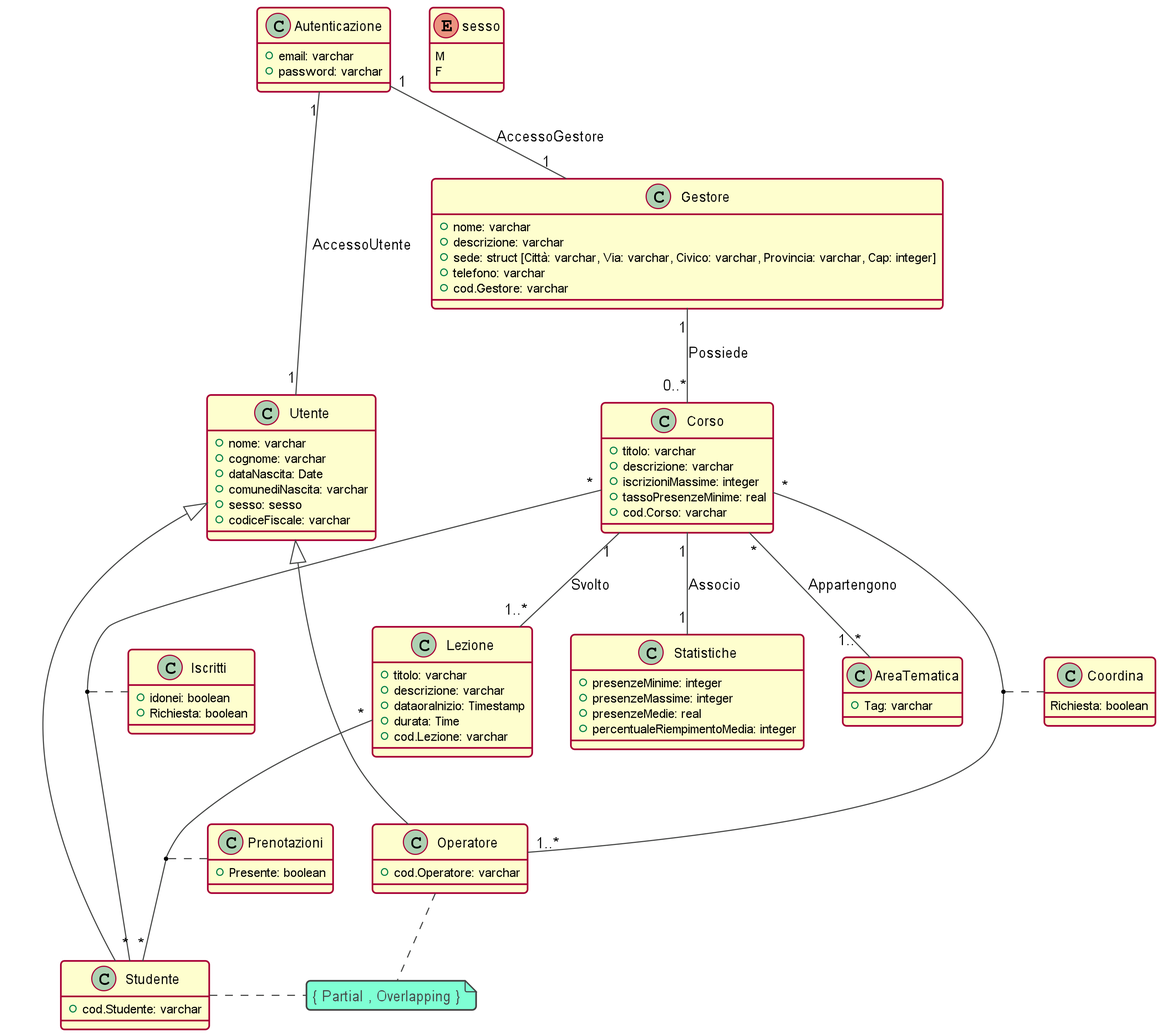
Earlier version of the PlantUML export UML/BDI UML.png (agostino-code/OO-BDI-Project). The source it was exported from:
```plantuml
@startuml
skinparam dpi 300
!theme vibrant
class Autenticazione {
  +email: varchar
  +password: varchar
}
Autenticazione "1" -- "1" Utente :AccessoUtente
Autenticazione "1" -- "1" Gestore :AccessoGestore
class Utente{
  +nome: varchar
  +cognome: varchar
  +dataNascita: Date
  +comunediNascita: varchar
  +sesso: sesso
  +codiceFiscale: varchar
}
class Gestore {
  +nome: varchar
  +descrizione: varchar
  +sede: struct [Città: varchar, Via: varchar, Civico: varchar, Provincia: varchar, Cap: integer]
  +telefono: varchar
  +cod.Gestore: varchar
}
class Operatore{
  +cod.Operatore: varchar
}
class Studente{
  +cod.Studente: varchar
}
enum sesso{
M
F
}
Utente <|--- Operatore
Utente <|--- Studente
note "{ Partial , Overlapping }" as N1
Studente . N1
Operatore . N1

Gestore "1" -- "0..*" Corso:Possiede
Corso "*" -- "*" Studente
Corso "*" -- "1..*" Operatore
(Corso,Operatore)..Coordina
class Coordina{
Richiesta: boolean
}
class Corso{
  +titolo: varchar
  +descrizione: varchar
  +iscrizioniMassime: integer
  +tassoPresenzeMinime: real
  +cod.Corso: varchar
}
class Lezione{
  +titolo: varchar
  +descrizione: varchar
  +dataoraInizio: Timestamp
  +durata: Time
  +cod.Lezione: varchar
}
Corso "1" -- "1..*" Lezione:Svolto
(Corso, Studente) .. Iscritti
Lezione "*" -- "*" Studente
(Lezione,Studente) .. Prenotazioni
class Prenotazioni{
+Presente: boolean
}
class Iscritti{
+idonei: boolean
+Richiesta: boolean
}
class Statistiche{
  +presenzeMinime: integer
  +presenzeMassime: integer
  +presenzeMedie: real
  +percentualeRiempimentoMedia: integer
}
Corso "1" -- "1" Statistiche:Associo
class AreaTematica{
  +Tag: varchar
}
Corso "*" -- "1..*" AreaTematica:Appartengono

@enduml
```
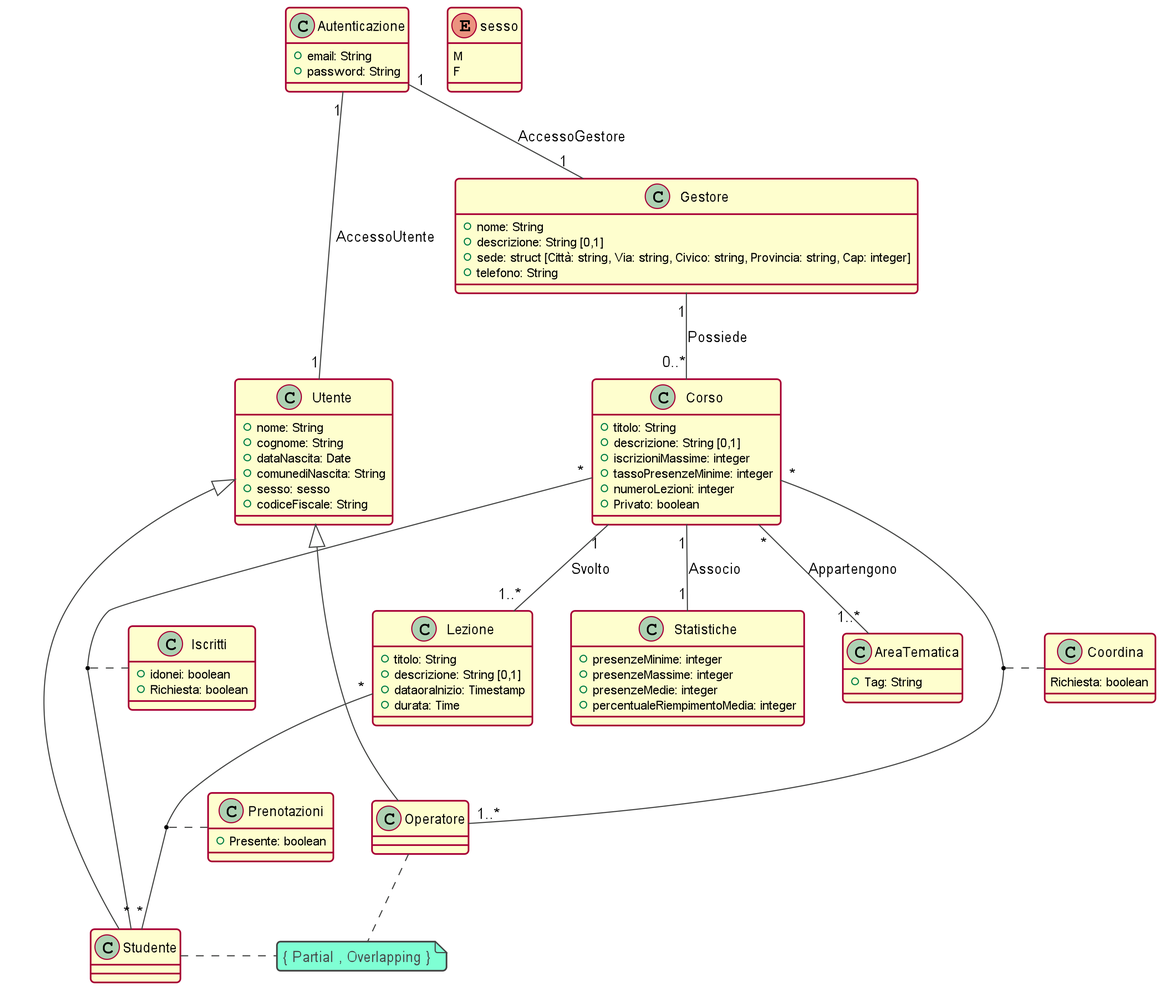
The same file after the commit.

The edit, as a diff of the source:
```diff
@@ -2,31 +2,28 @@
 skinparam dpi 300
 !theme vibrant
 class Autenticazione {
-  +email: varchar
-  +password: varchar
+  +email: String
+  +password: String
 }
 Autenticazione "1" -- "1" Utente :AccessoUtente
 Autenticazione "1" -- "1" Gestore :AccessoGestore
 class Utente{
-  +nome: varchar
-  +cognome: varchar
+  +nome: String
+  +cognome: String
   +dataNascita: Date
-  +comunediNascita: varchar
+  +comunediNascita: String
   +sesso: sesso
-  +codiceFiscale: varchar
+  +codiceFiscale: String
 }
 class Gestore {
-  +nome: varchar
-  +descrizione: varchar
-  +sede: struct [Città: varchar, Via: varchar, Civico: varchar, Provincia: varchar, Cap: integer]
-  +telefono: varchar
-  +cod.Gestore: varchar
+  +nome: String
+  +descrizione: String [0,1]
+  +sede: struct [Città: string, Via: string, Civico: string, Provincia: string, Cap: integer]
+  +telefono: String
 }
 class Operatore{
-  +cod.Operatore: varchar
 }
 class Studente{
-  +cod.Studente: varchar
 }
 enum sesso{
 M
@@ -46,18 +43,18 @@
 Richiesta: boolean
 }
 class Corso{
-  +titolo: varchar
-  +descrizione: varchar
+  +titolo: String
+  +descrizione: String [0,1]
   +iscrizioniMassime: integer
-  +tassoPresenzeMinime: real
-  +cod.Corso: varchar
+  +tassoPresenzeMinime: integer
+  +numeroLezioni: integer
+  +Privato: boolean
 }
 class Lezione{
-  +titolo: varchar
-  +descrizione: varchar
+  +titolo: String
+  +descrizione: String [0,1]
   +dataoraInizio: Timestamp
   +durata: Time
-  +cod.Lezione: varchar
 }
 Corso "1" -- "1..*" Lezione:Svolto
 (Corso, Studente) .. Iscritti
@@ -73,12 +70,12 @@
 class Statistiche{
   +presenzeMinime: integer
   +presenzeMassime: integer
-  +presenzeMedie: real
+  +presenzeMedie: integer
   +percentualeRiempimentoMedia: integer
 }
 Corso "1" -- "1" Statistiche:Associo
 class AreaTematica{
-  +Tag: varchar
+  +Tag: String
 }
 Corso "*" -- "1..*" AreaTematica:Appartengono
 
```
